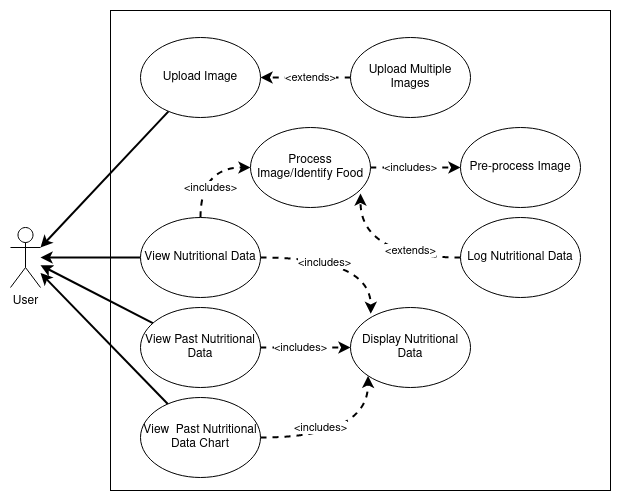
Above: docs/SRS/use_case_diagram.png in jeff-rey-wang/utrition (draw.io), before the change. Source tidied: cells renumbered, new cells last; positions are measured from the earlier drawing's top-left corner, leaving out a move shared by most shapes. Its diagram source:
```xml
<mxGraphModel>
  <root>
    <mxCell id="0" />
    <mxCell id="1" parent="0" />
    <mxCell id="2" style="rounded=0;whiteSpace=wrap;html=1;" parent="1" vertex="1">
      <mxGeometry x="100" width="500" height="480" as="geometry" />
    </mxCell>
    <mxCell id="3" value="User" style="shape=umlActor;verticalLabelPosition=bottom;verticalAlign=top;html=1;outlineConnect=0;" parent="1" vertex="1">
      <mxGeometry y="217" width="30" height="60" as="geometry" />
    </mxCell>
    <mxCell id="4" style="edgeStyle=none;rounded=0;jettySize=auto;html=1;strokeWidth=2;entryX=1;entryY=0.3333333333333333;entryDx=0;entryDy=0;entryPerimeter=0;" parent="1" edge="1" source="5" target="3">
      <mxGeometry relative="1" as="geometry" />
    </mxCell>
    <mxCell id="5" value="Upload Image" style="ellipse;whiteSpace=wrap;html=1;" parent="1" vertex="1">
      <mxGeometry x="130" y="27" width="120" height="80" as="geometry" />
    </mxCell>
    <mxCell id="6" style="edgeStyle=orthogonalEdgeStyle;curved=1;rounded=0;jettySize=auto;html=1;exitX=0;exitY=0.5;exitDx=0;exitDy=0;entryX=1;entryY=0.5;entryDx=0;entryDy=0;dashed=1;strokeWidth=2;" parent="1" edge="1" source="7" target="5">
      <mxGeometry relative="1" as="geometry" />
    </mxCell>
    <mxCell id="7" value="&lt;div&gt;Upload Multiple Images&lt;/div&gt;" style="ellipse;whiteSpace=wrap;html=1;" parent="1" vertex="1">
      <mxGeometry x="340" y="27" width="120" height="80" as="geometry" />
    </mxCell>
    <mxCell id="8" style="edgeStyle=orthogonalEdgeStyle;curved=1;rounded=0;jettySize=auto;entryX=0.169;entryY=0.079;entryDx=0;entryDy=0;entryPerimeter=0;dashed=1;strokeWidth=2;html=1;" parent="1" edge="1" source="12" target="24">
      <mxGeometry relative="1" as="geometry" />
    </mxCell>
    <mxCell id="9" value="&lt;div&gt;&amp;lt;includes&amp;gt;&lt;/div&gt;" style="edgeLabel;html=1;align=center;verticalAlign=middle;" parent="8" vertex="1">
      <mxGeometry x="-0.47" y="-5" relative="1" as="geometry">
        <mxPoint x="19" as="offset" />
      </mxGeometry>
    </mxCell>
    <mxCell id="10" style="edgeStyle=orthogonalEdgeStyle;curved=1;rounded=0;jettySize=auto;html=1;entryX=0;entryY=0.5;entryDx=0;entryDy=0;dashed=1;strokeWidth=2;" parent="1" edge="1" source="12" target="21">
      <mxGeometry relative="1" as="geometry" />
    </mxCell>
    <mxCell id="11" style="edgeStyle=none;rounded=0;jettySize=auto;html=1;strokeWidth=2;" parent="1" edge="1" source="12" target="3">
      <mxGeometry relative="1" as="geometry" />
    </mxCell>
    <mxCell id="12" value="&lt;div&gt;View Nutritional Data&lt;/div&gt;" style="ellipse;whiteSpace=wrap;html=1;" parent="1" vertex="1">
      <mxGeometry x="130" y="207" width="120" height="80" as="geometry" />
    </mxCell>
    <mxCell id="13" style="edgeStyle=orthogonalEdgeStyle;curved=1;rounded=0;jettySize=auto;html=1;dashed=1;strokeWidth=2;" parent="1" edge="1" source="15" target="24">
      <mxGeometry relative="1" as="geometry" />
    </mxCell>
    <mxCell id="14" style="edgeStyle=none;rounded=0;jettySize=auto;html=1;strokeWidth=2;" parent="1" edge="1" source="15" target="3">
      <mxGeometry relative="1" as="geometry" />
    </mxCell>
    <mxCell id="15" value="View Past Nutritional Data" style="ellipse;whiteSpace=wrap;html=1;" parent="1" vertex="1">
      <mxGeometry x="130" y="297" width="120" height="80" as="geometry" />
    </mxCell>
    <mxCell id="16" style="edgeStyle=orthogonalEdgeStyle;curved=1;rounded=0;jettySize=auto;html=1;dashed=1;strokeWidth=2;entryX=0;entryY=1;entryDx=0;entryDy=0;" parent="1" edge="1" source="18" target="24">
      <mxGeometry relative="1" as="geometry" />
    </mxCell>
    <mxCell id="17" style="edgeStyle=none;rounded=0;jettySize=auto;html=1;strokeWidth=2;" parent="1" edge="1" source="18" target="3">
      <mxGeometry relative="1" as="geometry" />
    </mxCell>
    <mxCell id="18" value="View&amp;nbsp; Past Nutritional Data Chart" style="ellipse;whiteSpace=wrap;html=1;" parent="1" vertex="1">
      <mxGeometry x="130" y="387" width="120" height="80" as="geometry" />
    </mxCell>
    <mxCell id="19" value="&lt;div&gt;Pre-process Image&lt;/div&gt;" style="ellipse;whiteSpace=wrap;html=1;" parent="1" vertex="1">
      <mxGeometry x="450" y="117" width="120" height="80" as="geometry" />
    </mxCell>
    <mxCell id="20" style="edgeStyle=orthogonalEdgeStyle;curved=1;rounded=0;jettySize=auto;html=1;dashed=1;strokeWidth=2;" parent="1" edge="1" source="21" target="19">
      <mxGeometry relative="1" as="geometry" />
    </mxCell>
    <mxCell id="21" value="Process Image/Identify Food" style="ellipse;whiteSpace=wrap;html=1;" parent="1" vertex="1">
      <mxGeometry x="240" y="117" width="120" height="80" as="geometry" />
    </mxCell>
    <mxCell id="22" style="edgeStyle=orthogonalEdgeStyle;curved=1;rounded=0;jettySize=auto;html=1;dashed=1;strokeWidth=2;" parent="1" edge="1" source="23">
      <mxGeometry relative="1" as="geometry">
        <mxPoint x="350" y="183" as="targetPoint" />
      </mxGeometry>
    </mxCell>
    <mxCell id="23" value="Log Nutritional Data" style="ellipse;whiteSpace=wrap;html=1;" parent="1" vertex="1">
      <mxGeometry x="450" y="207" width="120" height="80" as="geometry" />
    </mxCell>
    <mxCell id="24" value="Display Nutritional Data" style="ellipse;whiteSpace=wrap;html=1;" parent="1" vertex="1">
      <mxGeometry x="340" y="297" width="120" height="80" as="geometry" />
    </mxCell>
    <mxCell id="25" value="&lt;div&gt;&amp;lt;includes&amp;gt;&lt;/div&gt;" style="edgeLabel;html=1;align=center;verticalAlign=middle;" parent="1" vertex="1">
      <mxGeometry x="290" y="337" as="geometry" />
    </mxCell>
    <mxCell id="26" value="&lt;div&gt;&amp;lt;includes&amp;gt;&lt;/div&gt;" style="edgeLabel;html=1;align=center;verticalAlign=middle;" parent="1" vertex="1">
      <mxGeometry x="310" y="417" as="geometry" />
    </mxCell>
    <mxCell id="27" value="&lt;div&gt;&amp;lt;extends&amp;gt;&lt;/div&gt;" style="edgeLabel;html=1;align=center;verticalAlign=middle;" parent="1" vertex="1">
      <mxGeometry x="300" y="67" as="geometry" />
    </mxCell>
    <mxCell id="28" value="&lt;div&gt;&amp;lt;includes&amp;gt;&lt;/div&gt;" style="edgeLabel;html=1;align=center;verticalAlign=middle;" parent="1" vertex="1">
      <mxGeometry x="400" y="157" as="geometry" />
    </mxCell>
    <mxCell id="29" value="&lt;div&gt;&amp;lt;includes&amp;gt;&lt;/div&gt;" style="edgeLabel;html=1;align=center;verticalAlign=middle;" parent="1" vertex="1">
      <mxGeometry x="200" y="177" as="geometry" />
    </mxCell>
    <mxCell id="30" value="&amp;lt;extends&amp;gt;" style="edgeLabel;html=1;align=center;verticalAlign=middle;" parent="1" vertex="1">
      <mxGeometry x="400" y="240" as="geometry" />
    </mxCell>
  </root>
</mxGraphModel>
```
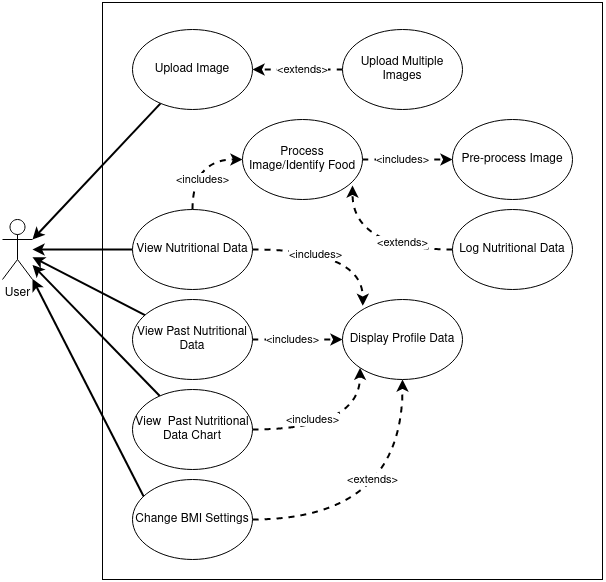
The same file after the commit.

Diff of the diagram source:
```diff
@@ -3,7 +3,7 @@
     <mxCell id="0" />
     <mxCell id="1" parent="0" />
     <mxCell id="2" style="rounded=0;whiteSpace=wrap;html=1;" parent="1" vertex="1">
-      <mxGeometry x="100" width="500" height="480" as="geometry" />
+      <mxGeometry x="100" width="500" height="577" as="geometry" />
     </mxCell>
     <mxCell id="3" value="User" style="shape=umlActor;verticalLabelPosition=bottom;verticalAlign=top;html=1;outlineConnect=0;" parent="1" vertex="1">
       <mxGeometry y="217" width="30" height="60" as="geometry" />
@@ -72,7 +72,7 @@
     <mxCell id="23" value="Log Nutritional Data" style="ellipse;whiteSpace=wrap;html=1;" parent="1" vertex="1">
       <mxGeometry x="450" y="207" width="120" height="80" as="geometry" />
     </mxCell>
-    <mxCell id="24" value="Display Nutritional Data" style="ellipse;whiteSpace=wrap;html=1;" parent="1" vertex="1">
+    <mxCell id="24" value="Display Profile Data" style="ellipse;whiteSpace=wrap;html=1;" parent="1" vertex="1">
       <mxGeometry x="340" y="297" width="120" height="80" as="geometry" />
     </mxCell>
     <mxCell id="25" value="&lt;div&gt;&amp;lt;includes&amp;gt;&lt;/div&gt;" style="edgeLabel;html=1;align=center;verticalAlign=middle;" parent="1" vertex="1">
@@ -93,5 +93,19 @@
     <mxCell id="30" value="&amp;lt;extends&amp;gt;" style="edgeLabel;html=1;align=center;verticalAlign=middle;" parent="1" vertex="1">
       <mxGeometry x="400" y="240" as="geometry" />
     </mxCell>
+    <mxCell id="31" style="rounded=0;jettySize=auto;html=1;strokeWidth=2;exitX=0.092;exitY=0.21;exitDx=0;exitDy=0;exitPerimeter=0;" parent="1" edge="1" source="34" target="3">
+      <mxGeometry relative="1" as="geometry" />
+    </mxCell>
+    <mxCell id="32" style="edgeStyle=orthogonalEdgeStyle;rounded=0;jettySize=auto;html=1;curved=1;strokeWidth=2;dashed=1;" parent="1" edge="1" source="34" target="24">
+      <mxGeometry relative="1" as="geometry" />
+    </mxCell>
+    <mxCell id="33" value="&amp;lt;extends&amp;gt;" style="edgeLabel;html=1;align=center;verticalAlign=middle;" parent="32" vertex="1">
+      <mxGeometry x="0.41" y="20" relative="1" as="geometry">
+        <mxPoint x="-10" y="14" as="offset" />
+      </mxGeometry>
+    </mxCell>
+    <mxCell id="34" value="Change BMI Settings" style="ellipse;whiteSpace=wrap;html=1;" parent="1" vertex="1">
+      <mxGeometry x="130" y="477" width="120" height="80" as="geometry" />
+    </mxCell>
   </root>
 </mxGraphModel>
```
